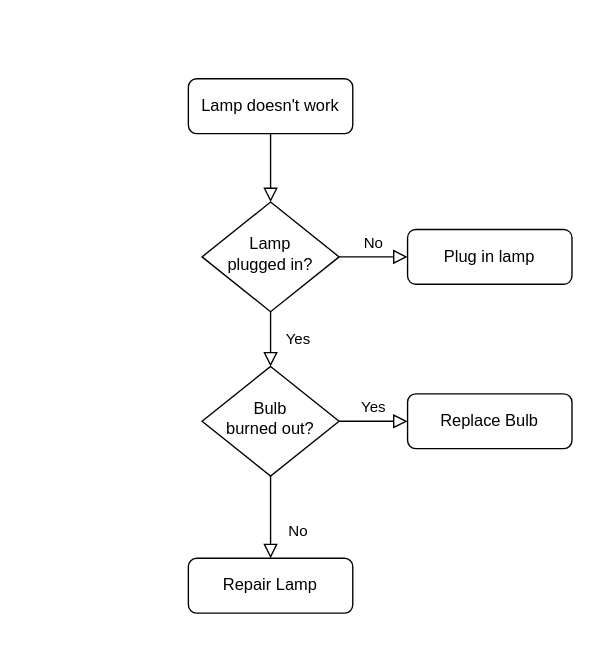
Earlier version of the draw.io diagram Untitled Diagram.drawio (Vortex-ict/test-repo). Source tidied: cells renumbered, new cells numbered last; positions are measured from the earlier drawing's top-left corner, leaving out a move shared by most shapes. Both pictures are drawn from the tidied source at 137%, with x=0, y=0 at pixel (188, 78).
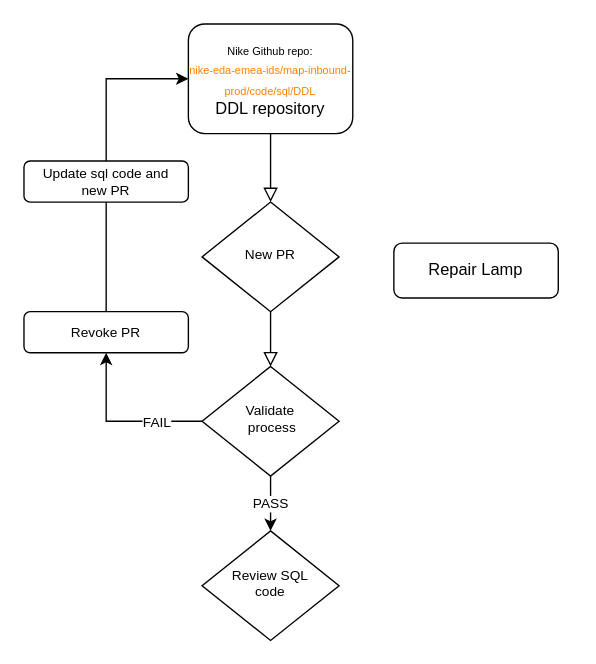
The same page after the edit.

The edit, as a diff of the source:
```diff
@@
 <mxGraphModel>
   <root>
     <mxCell id="0" />
     <mxCell id="1" parent="0" />
     <mxCell id="2" style="rounded=0;html=1;jettySize=auto;fontSize=11;endArrow=block;endFill=0;endSize=8;strokeWidth=1;shadow=0;labelBackgroundColor=none;edgeStyle=orthogonalEdgeStyle;" parent="1" edge="1" source="3" target="6">
       <mxGeometry relative="1" as="geometry" />
     </mxCell>
-    <mxCell id="3" value="Lamp doesn't work" style="rounded=1;whiteSpace=wrap;html=1;fontSize=12;glass=0;strokeWidth=1;shadow=0;" parent="1" vertex="1">
-      <mxGeometry width="120" height="40" as="geometry" />
+    <mxCell id="3" value="&lt;div&gt;&lt;font style=&quot;font-size: 8px&quot;&gt;Nike Github repo:&lt;br&gt;&lt;/font&gt;&lt;/div&gt;&lt;div&gt;&lt;font style=&quot;font-size: 8px&quot; color=&quot;#FF8000&quot;&gt;nike-eda-emea-ids&lt;/font&gt;&lt;font style=&quot;font-size: 8px&quot; color=&quot;#FF8000&quot;&gt;/map-inbound-prod/code/sql/DDL&lt;/font&gt;&lt;/div&gt;&lt;div&gt;DDL repository&lt;/div&gt;" style="rounded=1;whiteSpace=wrap;html=1;fontSize=12;glass=0;strokeWidth=1;shadow=0;" parent="1" vertex="1">
+      <mxGeometry y="-40" width="120" height="80" as="geometry" />
     </mxCell>
-    <mxCell id="4" value="Yes" style="rounded=0;html=1;jettySize=auto;fontSize=11;endArrow=block;endFill=0;endSize=8;strokeWidth=1;shadow=0;labelBackgroundColor=none;edgeStyle=orthogonalEdgeStyle;" parent="1" edge="1" source="6" target="10">
+    <mxCell id="4" style="rounded=0;html=1;jettySize=auto;fontSize=11;endArrow=block;endFill=0;endSize=8;strokeWidth=1;shadow=0;labelBackgroundColor=none;edgeStyle=orthogonalEdgeStyle;" parent="1" edge="1" source="6" target="10">
       <mxGeometry y="20" relative="1" as="geometry" />
     </mxCell>
-    <mxCell id="5" value="No" style="edgeStyle=orthogonalEdgeStyle;rounded=0;html=1;jettySize=auto;fontSize=11;endArrow=block;endFill=0;endSize=8;strokeWidth=1;shadow=0;labelBackgroundColor=none;" parent="1" edge="1" source="6" target="7">
-      <mxGeometry y="10" relative="1" as="geometry" />
-    </mxCell>
-    <mxCell id="6" value="Lamp&lt;br&gt;plugged in?" style="rhombus;whiteSpace=wrap;html=1;shadow=0;fontFamily=Helvetica;fontSize=12;align=center;strokeWidth=1;spacing=6;spacingTop=-4;" parent="1" vertex="1">
+    <mxCell id="6" value="&lt;font style=&quot;font-size: 10px&quot;&gt;New PR&lt;/font&gt;" style="rhombus;whiteSpace=wrap;html=1;shadow=0;fontFamily=Helvetica;fontSize=12;align=center;strokeWidth=1;spacing=6;spacingTop=-4;" parent="1" vertex="1">
       <mxGeometry x="10" y="90" width="100" height="80" as="geometry" />
     </mxCell>
-    <mxCell id="7" value="Plug in lamp" style="rounded=1;whiteSpace=wrap;html=1;fontSize=12;glass=0;strokeWidth=1;shadow=0;" parent="1" vertex="1">
-      <mxGeometry x="160" y="110" width="120" height="40" as="geometry" />
-    </mxCell>
-    <mxCell id="8" value="No" style="rounded=0;html=1;jettySize=auto;fontSize=11;endArrow=block;endFill=0;endSize=8;strokeWidth=1;shadow=0;labelBackgroundColor=none;edgeStyle=orthogonalEdgeStyle;" parent="1" edge="1" source="10" target="11">
-      <mxGeometry x="0.33" y="20" relative="1" as="geometry" />
-    </mxCell>
-    <mxCell id="9" value="Yes" style="edgeStyle=orthogonalEdgeStyle;rounded=0;html=1;jettySize=auto;fontSize=11;endArrow=block;endFill=0;endSize=8;strokeWidth=1;shadow=0;labelBackgroundColor=none;" parent="1" edge="1" source="10" target="12">
-      <mxGeometry y="10" relative="1" as="geometry" />
-    </mxCell>
+    <mxCell id="13" style="edgeStyle=orthogonalEdgeStyle;rounded=0;jettySize=auto;html=1;exitX=0;exitY=0.5;exitDx=0;exitDy=0;entryX=0.5;entryY=1;entryDx=0;entryDy=0;" parent="1" edge="1" source="10" target="17">
+      <mxGeometry relative="1" as="geometry" />
+    </mxCell>
+    <mxCell id="14" value="&lt;font style=&quot;font-size: 10px&quot;&gt;FAIL&lt;/font&gt;" style="edgeLabel;html=1;align=center;verticalAlign=middle;" parent="13" vertex="1">
+      <mxGeometry x="-0.44" relative="1" as="geometry" />
+    </mxCell>
+    <mxCell id="15" value="&lt;div style=&quot;font-size: 10px&quot;&gt;&lt;font style=&quot;font-size: 10px&quot;&gt;PASS&lt;/font&gt;&lt;/div&gt;" style="edgeStyle=orthogonalEdgeStyle;rounded=0;jettySize=auto;html=1;exitX=0.5;exitY=1;exitDx=0;exitDy=0;entryX=0.5;entryY=0;entryDx=0;entryDy=0;" parent="1" edge="1" source="10" target="19">
+      <mxGeometry relative="1" as="geometry" />
+    </mxCell>
-    <mxCell id="10" value="Bulb&lt;br&gt;burned out?" style="rhombus;whiteSpace=wrap;html=1;shadow=0;fontFamily=Helvetica;fontSize=12;align=center;strokeWidth=1;spacing=6;spacingTop=-4;" parent="1" vertex="1">
+    <mxCell id="10" value="&lt;div style=&quot;font-size: 10px&quot;&gt;&lt;font style=&quot;font-size: 10px&quot;&gt;Validate&lt;/font&gt;&lt;/div&gt;&lt;div style=&quot;font-size: 10px&quot;&gt;&lt;font style=&quot;font-size: 10px&quot;&gt;&amp;nbsp;process&lt;/font&gt;&lt;/div&gt;" style="rhombus;whiteSpace=wrap;html=1;shadow=0;fontFamily=Helvetica;fontSize=12;align=center;strokeWidth=1;spacing=6;spacingTop=-4;" parent="1" vertex="1">
       <mxGeometry x="10" y="210" width="100" height="80" as="geometry" />
     </mxCell>
     <mxCell id="11" value="Repair Lamp" style="rounded=1;whiteSpace=wrap;html=1;fontSize=12;glass=0;strokeWidth=1;shadow=0;" parent="1" vertex="1">
-      <mxGeometry y="350" width="120" height="40" as="geometry" />
+      <mxGeometry x="150" y="120" width="120" height="40" as="geometry" />
     </mxCell>
-    <mxCell id="12" value="Replace Bulb" style="rounded=1;whiteSpace=wrap;html=1;fontSize=12;glass=0;strokeWidth=1;shadow=0;" parent="1" vertex="1">
-      <mxGeometry x="160" y="230" width="120" height="40" as="geometry" />
-    </mxCell>
+    <mxCell id="16" style="edgeStyle=orthogonalEdgeStyle;rounded=0;jettySize=auto;html=1;entryX=0;entryY=0.5;entryDx=0;entryDy=0;" parent="1" edge="1" source="17" target="3">
+      <mxGeometry relative="1" as="geometry" />
+    </mxCell>
+    <mxCell id="17" value="&lt;font style=&quot;font-size: 10px&quot;&gt;Revoke PR&lt;/font&gt;" style="rounded=1;whiteSpace=wrap;html=1;" parent="1" vertex="1">
+      <mxGeometry x="-120" y="170" width="120" height="30" as="geometry" />
+    </mxCell>
+    <mxCell id="18" value="&lt;div style=&quot;font-size: 10px&quot;&gt;&lt;font style=&quot;font-size: 10px&quot;&gt;Update sql code and&lt;/font&gt;&lt;/div&gt;&lt;div style=&quot;font-size: 10px&quot;&gt;&lt;font style=&quot;font-size: 10px&quot;&gt;new PR&lt;br&gt;&lt;/font&gt;&lt;/div&gt;" style="rounded=1;whiteSpace=wrap;html=1;" parent="1" vertex="1">
+      <mxGeometry x="-120" y="60" width="120" height="30" as="geometry" />
+    </mxCell>
+    <mxCell id="19" value="&lt;div style=&quot;font-size: 10px&quot;&gt;&lt;font style=&quot;font-size: 10px&quot;&gt;Review SQL&lt;/font&gt;&lt;/div&gt;&lt;div style=&quot;font-size: 10px&quot;&gt;&lt;font style=&quot;font-size: 10px&quot;&gt;code&lt;/font&gt;&lt;/div&gt;" style="rhombus;whiteSpace=wrap;html=1;shadow=0;fontFamily=Helvetica;fontSize=12;align=center;strokeWidth=1;spacing=6;spacingTop=-4;" parent="1" vertex="1">
+      <mxGeometry x="10" y="330" width="100" height="80" as="geometry" />
+    </mxCell>
   </root>
 </mxGraphModel>
```
